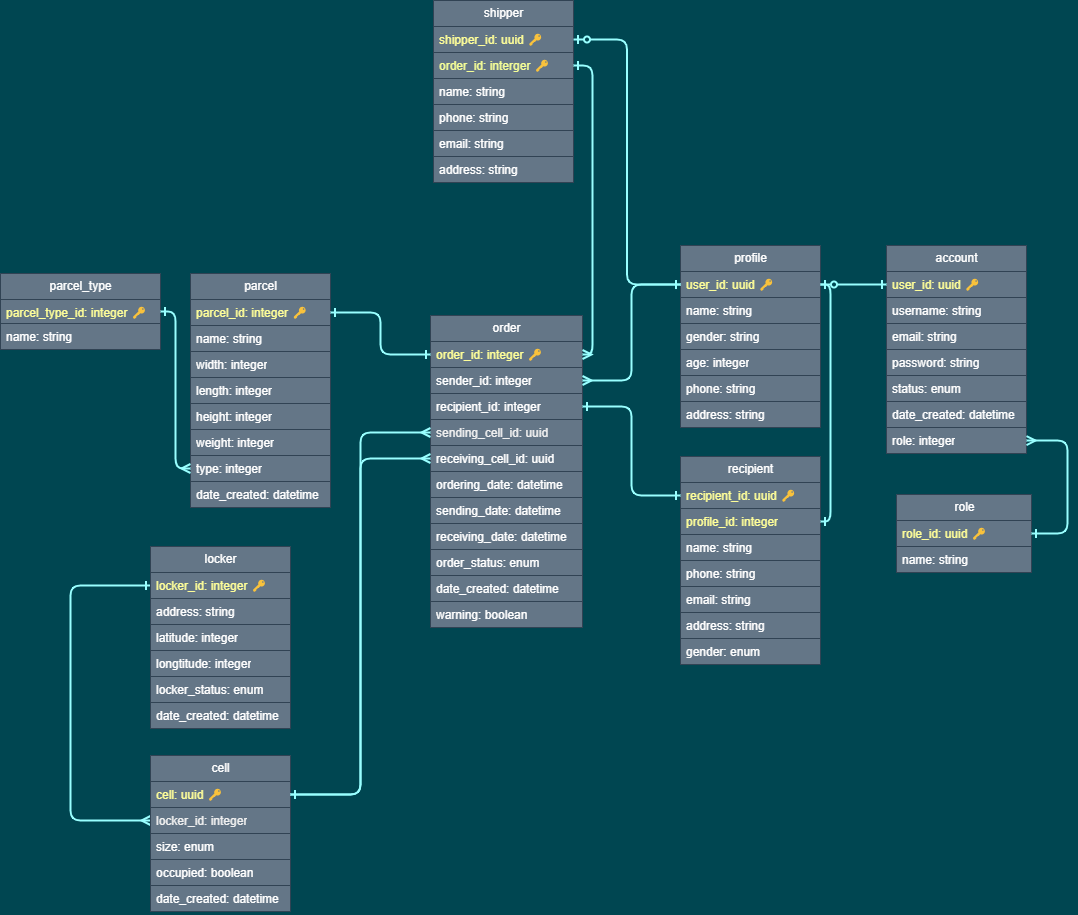
The draw.io diagram UML.drawio.png in chauanphu/be-parcel-locker, before a commit. Source tidied: cells renumbered, new cells last; positions are measured from the earlier drawing's top-left corner, leaving out a move shared by most shapes.
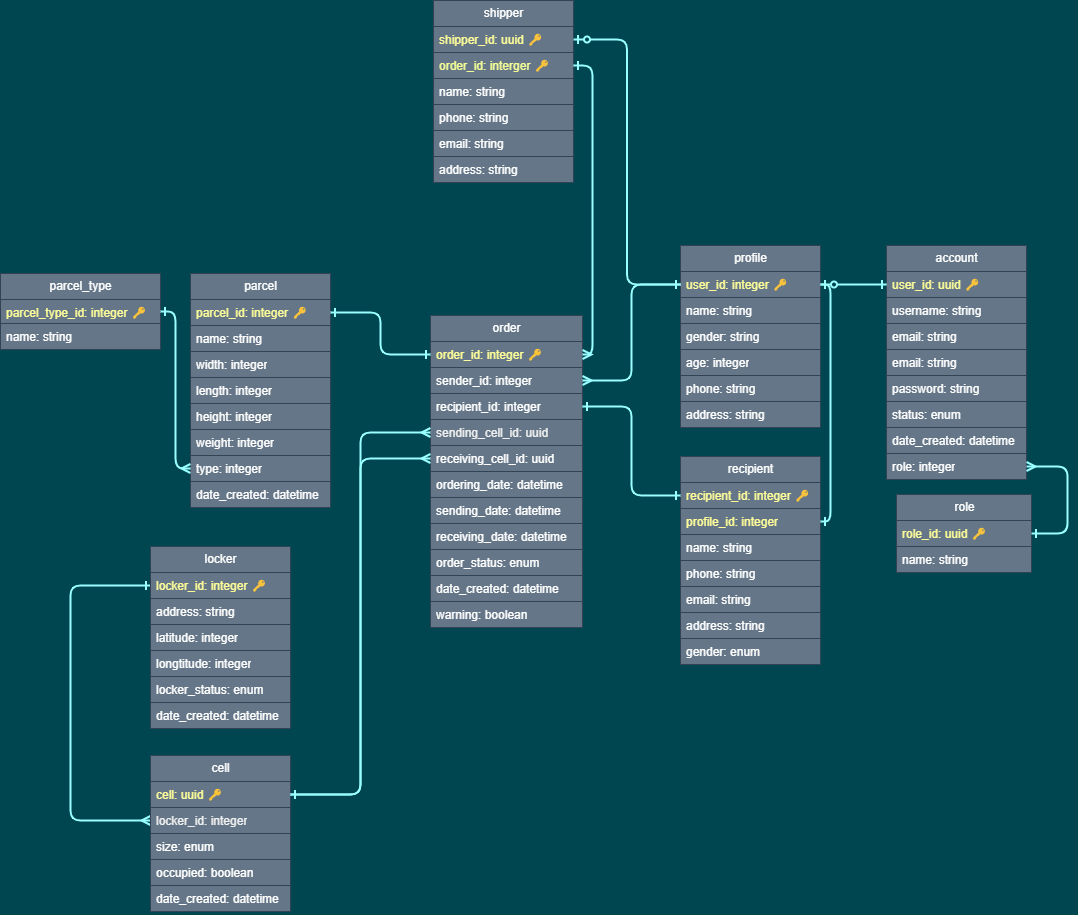
Above is the later version.

Commit message:
UML: Change the type of parameter

What changed in the source:
```diff
@@ -32,7 +32,7 @@
     <mxCell id="11" value="profile" style="swimlane;fontStyle=0;horizontal=1;startSize=26;fillColor=#647687;html=1;fontColor=#ffffff;strokeColor=#314354;" parent="1" vertex="1">
       <mxGeometry x="680" y="245" width="140" height="182" as="geometry" />
     </mxCell>
-    <mxCell id="12" value="&lt;font color=&quot;#ffff99&quot;&gt;user_id: uuid&amp;nbsp;&lt;/font&gt;&lt;span style=&quot;color: rgb(255, 255, 153);&quot;&gt;🔑&lt;/span&gt;" style="text;strokeColor=#314354;fillColor=#647687;align=left;verticalAlign=top;spacingLeft=4;spacingRight=4;overflow=hidden;points=[[0,0.5],[1,0.5]];portConstraint=eastwest;whiteSpace=wrap;html=1;fontColor=#ffffff;" parent="11" vertex="1">
+    <mxCell id="12" value="&lt;font color=&quot;#ffff99&quot;&gt;user_id: integer&amp;nbsp;&lt;/font&gt;&lt;span style=&quot;color: rgb(255, 255, 153);&quot;&gt;🔑&lt;/span&gt;" style="text;strokeColor=#314354;fillColor=#647687;align=left;verticalAlign=top;spacingLeft=4;spacingRight=4;overflow=hidden;points=[[0,0.5],[1,0.5]];portConstraint=eastwest;whiteSpace=wrap;html=1;fontColor=#ffffff;" parent="11" vertex="1">
       <mxGeometry y="26" width="140" height="26" as="geometry" />
     </mxCell>
     <mxCell id="13" value="name: string" style="text;strokeColor=#314354;fillColor=#647687;align=left;verticalAlign=top;spacingLeft=4;spacingRight=4;overflow=hidden;whiteSpace=wrap;html=1;fontColor=#ffffff;" parent="11" vertex="1">
@@ -145,7 +145,7 @@
       <mxGeometry relative="1" as="geometry" />
     </mxCell>
     <mxCell id="48" value="account" style="swimlane;fontStyle=0;horizontal=1;startSize=26;fillColor=#647687;html=1;fontColor=#ffffff;strokeColor=#314354;" parent="1" vertex="1">
-      <mxGeometry x="886" y="245" width="140" height="208" as="geometry" />
+      <mxGeometry x="886" y="245" width="140" height="234" as="geometry" />
     </mxCell>
     <mxCell id="49" value="&lt;font color=&quot;#ffff99&quot;&gt;user_id: uuid&amp;nbsp;&lt;/font&gt;&lt;span style=&quot;color: rgb(255, 255, 153);&quot;&gt;🔑&lt;/span&gt;" style="text;strokeColor=#314354;fillColor=#647687;align=left;verticalAlign=top;spacingLeft=4;spacingRight=4;overflow=hidden;points=[[0,0.5],[1,0.5]];portConstraint=eastwest;whiteSpace=wrap;html=1;fontColor=#ffffff;" parent="48" vertex="1">
       <mxGeometry y="26" width="140" height="26" as="geometry" />
@@ -156,17 +156,20 @@
     <mxCell id="51" value="email: string" style="text;strokeColor=#314354;fillColor=#647687;align=left;verticalAlign=top;spacingLeft=4;spacingRight=4;overflow=hidden;whiteSpace=wrap;html=1;fontColor=#ffffff;" parent="48" vertex="1">
       <mxGeometry y="78" width="140" height="26" as="geometry" />
     </mxCell>
+    <mxCell id="84" value="email: string" style="text;strokeColor=#314354;fillColor=#647687;align=left;verticalAlign=top;spacingLeft=4;spacingRight=4;overflow=hidden;whiteSpace=wrap;html=1;fontColor=#ffffff;" parent="48" vertex="1">
+      <mxGeometry y="104" width="140" height="26" as="geometry" />
+    </mxCell>
     <mxCell id="52" value="password: string" style="text;strokeColor=#314354;fillColor=#647687;align=left;verticalAlign=top;spacingLeft=4;spacingRight=4;overflow=hidden;whiteSpace=wrap;html=1;fontColor=#ffffff;" parent="48" vertex="1">
-      <mxGeometry y="104" width="140" height="26" as="geometry" />
+      <mxGeometry y="130" width="140" height="26" as="geometry" />
     </mxCell>
     <mxCell id="53" value="status: enum" style="text;strokeColor=#314354;fillColor=#647687;align=left;verticalAlign=top;spacingLeft=4;spacingRight=4;overflow=hidden;whiteSpace=wrap;html=1;fontColor=#ffffff;" parent="48" vertex="1">
-      <mxGeometry y="130" width="140" height="26" as="geometry" />
+      <mxGeometry y="156" width="140" height="26" as="geometry" />
     </mxCell>
     <mxCell id="54" value="date_created: datetime" style="text;strokeColor=#314354;fillColor=#647687;align=left;verticalAlign=top;spacingLeft=4;spacingRight=4;overflow=hidden;whiteSpace=wrap;html=1;fontColor=#ffffff;" parent="48" vertex="1">
-      <mxGeometry y="156" width="140" height="26" as="geometry" />
+      <mxGeometry y="182" width="140" height="26" as="geometry" />
     </mxCell>
     <mxCell id="55" value="role: integer" style="text;strokeColor=#314354;fillColor=#647687;align=left;verticalAlign=top;spacingLeft=4;spacingRight=4;overflow=hidden;points=[[0,0.5],[1,0.5]];portConstraint=eastwest;whiteSpace=wrap;html=1;fontColor=#ffffff;" parent="48" vertex="1">
-      <mxGeometry y="182" width="140" height="26" as="geometry" />
+      <mxGeometry y="208" width="140" height="26" as="geometry" />
     </mxCell>
     <mxCell id="56" style="edgeStyle=orthogonalEdgeStyle;html=1;exitX=1;exitY=0.5;exitDx=0;exitDy=0;entryX=0;entryY=0.5;entryDx=0;entryDy=0;fillColor=#647687;strokeColor=#99FFFF;strokeWidth=2;endArrow=ERone;endFill=0;startArrow=ERzeroToOne;startFill=0;" parent="1" edge="1" source="12" target="49">
       <mxGeometry relative="1" as="geometry" />
@@ -174,7 +177,7 @@
     <mxCell id="57" value="recipient" style="swimlane;fontStyle=0;horizontal=1;startSize=26;fillColor=#647687;html=1;fontColor=#ffffff;strokeColor=#314354;" parent="1" vertex="1">
       <mxGeometry x="680" y="456" width="140" height="208" as="geometry" />
     </mxCell>
-    <mxCell id="58" value="&lt;font color=&quot;#ffff99&quot;&gt;recipient_id: uuid&amp;nbsp;&lt;/font&gt;&lt;span style=&quot;color: rgb(255, 255, 153);&quot;&gt;🔑&lt;/span&gt;" style="text;strokeColor=#314354;fillColor=#647687;align=left;verticalAlign=top;spacingLeft=4;spacingRight=4;overflow=hidden;points=[[0,0.5],[1,0.5]];portConstraint=eastwest;whiteSpace=wrap;html=1;fontColor=#ffffff;" parent="57" vertex="1">
+    <mxCell id="58" value="&lt;font color=&quot;#ffff99&quot;&gt;recipient_id: integer&amp;nbsp;&lt;/font&gt;&lt;span style=&quot;color: rgb(255, 255, 153);&quot;&gt;🔑&lt;/span&gt;" style="text;strokeColor=#314354;fillColor=#647687;align=left;verticalAlign=top;spacingLeft=4;spacingRight=4;overflow=hidden;points=[[0,0.5],[1,0.5]];portConstraint=eastwest;whiteSpace=wrap;html=1;fontColor=#ffffff;" parent="57" vertex="1">
       <mxGeometry y="26" width="140" height="26" as="geometry" />
     </mxCell>
     <mxCell id="59" value="&lt;font color=&quot;#ffff99&quot;&gt;profile_id: integer&lt;/font&gt;" style="text;strokeColor=#314354;fillColor=#647687;align=left;verticalAlign=top;spacingLeft=4;spacingRight=4;overflow=hidden;points=[[0,0.5],[1,0.5]];portConstraint=eastwest;whiteSpace=wrap;html=1;fontColor=#ffffff;" parent="57" vertex="1">
@@ -223,7 +226,7 @@
       <mxGeometry relative="1" as="geometry">
         <Array as="points">
           <mxPoint x="1067" y="533" />
-          <mxPoint x="1067" y="440" />
+          <mxPoint x="1067" y="466" />
         </Array>
       </mxGeometry>
     </mxCell>
```
